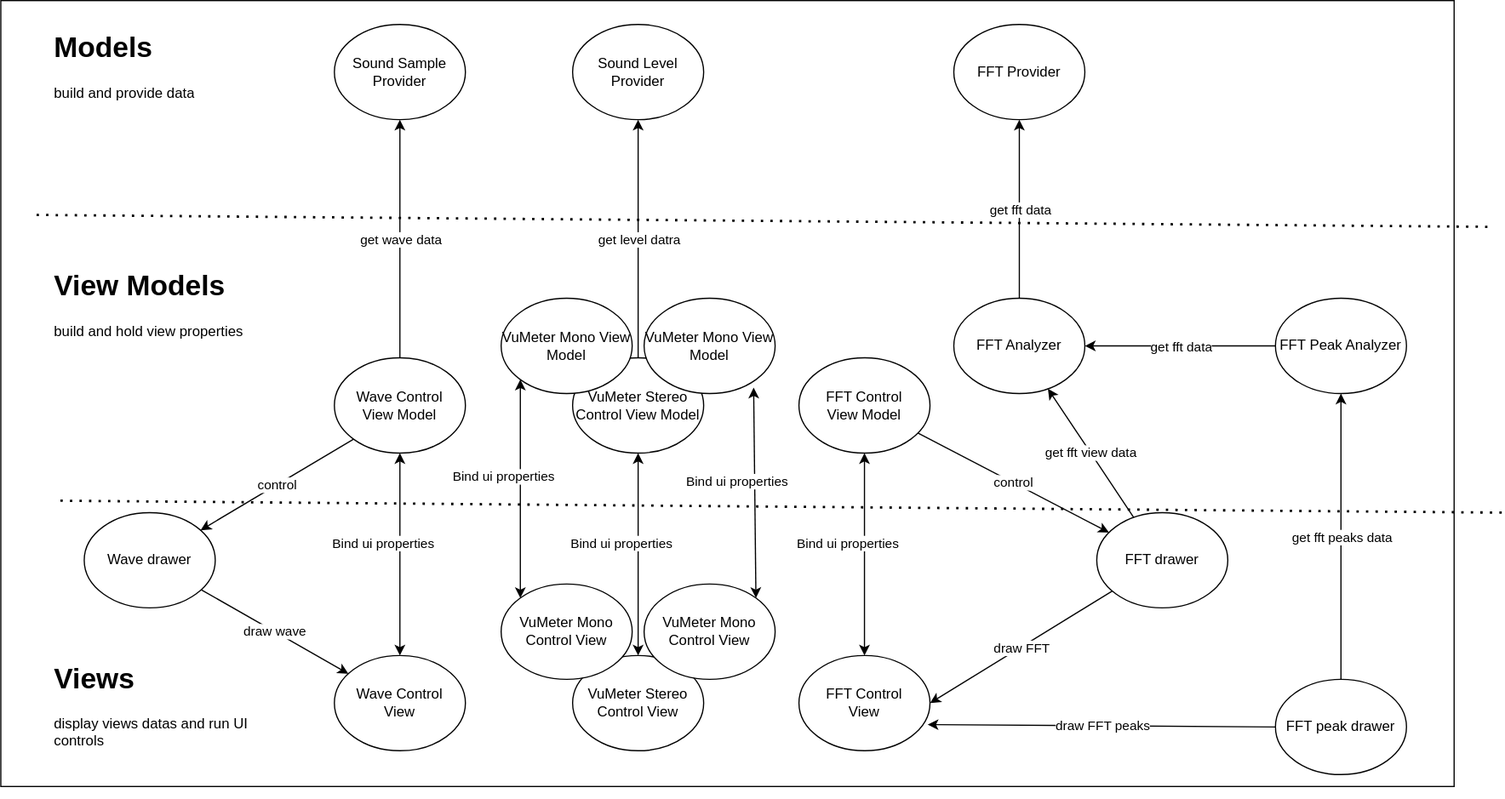
Earlier version of the draw.io export Doc/Untitled Diagram.drawio.svg (franck-gaspoz/WindowsAudioSessionSample). Source tidied: cells renumbered, new cells last; positions are measured from the earlier drawing's top-left corner, leaving out a move shared by most shapes.
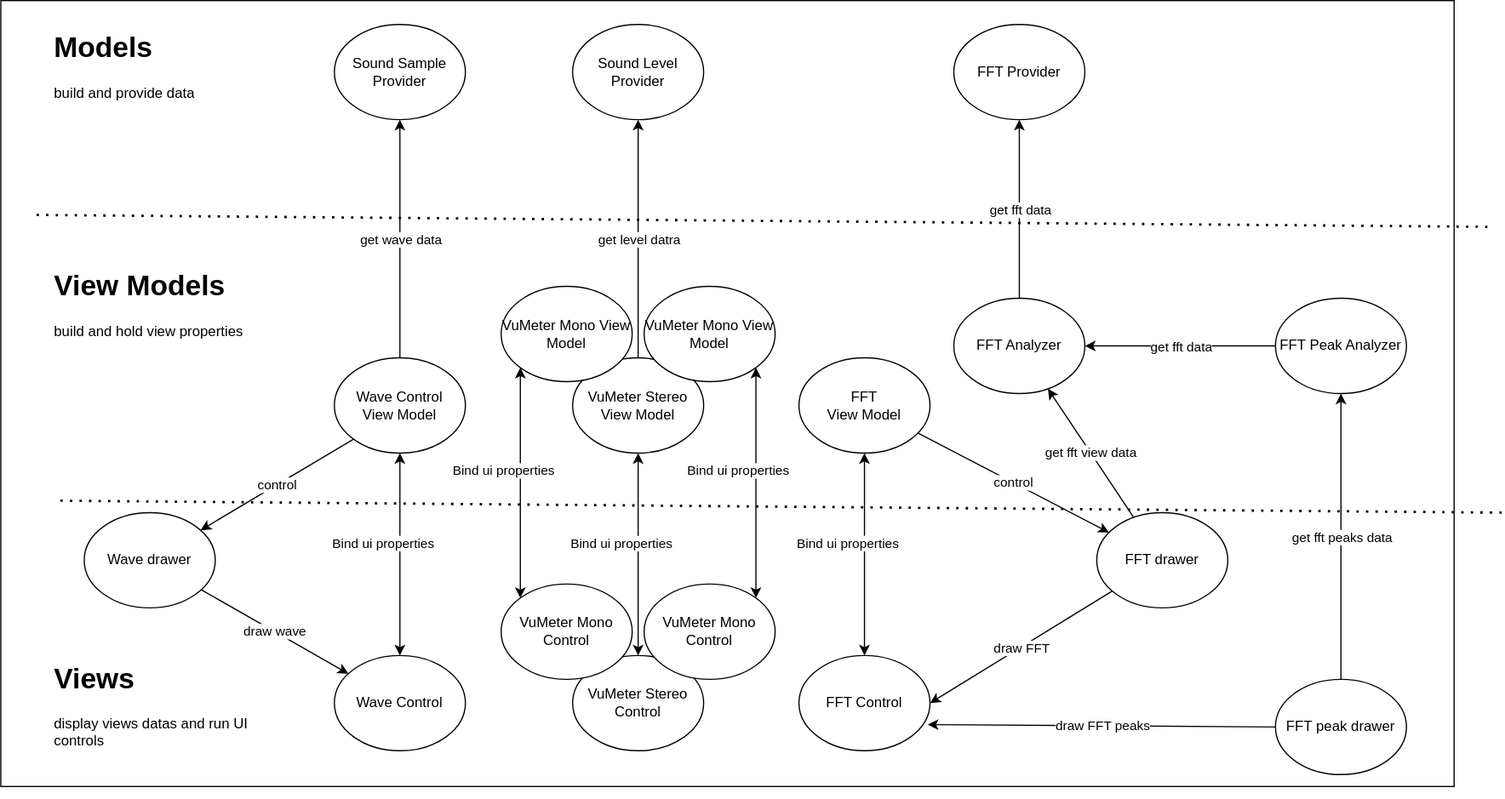
Above is the later version.

The edit, as a diff of the source:
```diff
@@ -11,7 +11,7 @@
     <mxCell id="4" value="FFT drawer" style="ellipse;whiteSpace=wrap;html=1;" parent="1" vertex="1">
       <mxGeometry x="920" y="430" width="110" height="80" as="geometry" />
     </mxCell>
-    <mxCell id="5" value="FFT Control &lt;br&gt;View Model" style="ellipse;whiteSpace=wrap;html=1;" parent="1" vertex="1">
+    <mxCell id="5" value="FFT&lt;br&gt;View Model" style="ellipse;whiteSpace=wrap;html=1;" parent="1" vertex="1">
       <mxGeometry x="670" y="300" width="110" height="80" as="geometry" />
     </mxCell>
     <mxCell id="6" style="endArrow=classic;html=1;rounded=0;" parent="1" edge="1" source="4" target="15">
@@ -20,7 +20,7 @@
     <mxCell id="7" value="get fft view data" style="edgeLabel;html=1;align=center;verticalAlign=middle;" parent="6" vertex="1">
       <mxGeometry relative="1" as="geometry" />
     </mxCell>
-    <mxCell id="8" value="FFT Control &lt;br&gt;View" style="ellipse;whiteSpace=wrap;html=1;" parent="1" vertex="1">
+    <mxCell id="8" value="FFT Control" style="ellipse;whiteSpace=wrap;html=1;" parent="1" vertex="1">
       <mxGeometry x="670" y="550" width="110" height="80" as="geometry" />
     </mxCell>
     <mxCell id="9" style="endArrow=classic;html=1;rounded=0;entryX=1;entryY=0.5;entryDx=0;entryDy=0;" parent="1" edge="1" source="4" target="8">
@@ -79,7 +79,7 @@
     <mxCell id="26" value="Wave Control &lt;br&gt;View Model" style="ellipse;whiteSpace=wrap;html=1;" parent="1" vertex="1">
       <mxGeometry x="280" y="300" width="110" height="80" as="geometry" />
     </mxCell>
-    <mxCell id="27" value="Wave Control &lt;br&gt;View" style="ellipse;whiteSpace=wrap;html=1;" parent="1" vertex="1">
+    <mxCell id="27" value="Wave Control" style="ellipse;whiteSpace=wrap;html=1;" parent="1" vertex="1">
       <mxGeometry x="280" y="550" width="110" height="80" as="geometry" />
     </mxCell>
     <mxCell id="28" value="Wave drawer" style="ellipse;whiteSpace=wrap;html=1;" parent="1" vertex="1">
@@ -114,7 +114,7 @@
     <mxCell id="37" value="Sound Level Provider" style="ellipse;whiteSpace=wrap;html=1;" parent="1" vertex="1">
       <mxGeometry x="480" y="20" width="110" height="80" as="geometry" />
     </mxCell>
-    <mxCell id="38" value="VuMeter Stereo Control View Model" style="ellipse;whiteSpace=wrap;html=1;" parent="1" vertex="1">
+    <mxCell id="38" value="VuMeter Stereo View Model" style="ellipse;whiteSpace=wrap;html=1;" parent="1" vertex="1">
       <mxGeometry x="480" y="300" width="110" height="80" as="geometry" />
     </mxCell>
     <mxCell id="39" style="endArrow=classic;html=1;rounded=0;" parent="1" edge="1" source="38">
@@ -125,7 +125,7 @@
     <mxCell id="40" value="get level datra" style="edgeLabel;html=1;align=center;verticalAlign=middle;" parent="39" vertex="1">
       <mxGeometry relative="1" as="geometry" />
     </mxCell>
-    <mxCell id="41" value="VuMeter Stereo Control View" style="ellipse;whiteSpace=wrap;html=1;" parent="1" vertex="1">
+    <mxCell id="41" value="VuMeter Stereo Control" style="ellipse;whiteSpace=wrap;html=1;" parent="1" vertex="1">
       <mxGeometry x="480" y="550" width="110" height="80" as="geometry" />
     </mxCell>
     <mxCell id="42" style="endArrow=classic;html=1;rounded=0;startArrow=classic;startFill=1;" parent="1" edge="1" source="41" target="38">
@@ -136,17 +136,17 @@
         <mxPoint x="-15" y="-10" as="offset" />
       </mxGeometry>
     </mxCell>
-    <mxCell id="44" value="VuMeter Mono Control View" style="ellipse;whiteSpace=wrap;html=1;" parent="1" vertex="1">
+    <mxCell id="44" value="VuMeter Mono Control" style="ellipse;whiteSpace=wrap;html=1;" parent="1" vertex="1">
       <mxGeometry x="420" y="490" width="110" height="80" as="geometry" />
     </mxCell>
-    <mxCell id="45" value="VuMeter Mono Control View" style="ellipse;whiteSpace=wrap;html=1;" parent="1" vertex="1">
+    <mxCell id="45" value="VuMeter Mono Control" style="ellipse;whiteSpace=wrap;html=1;" parent="1" vertex="1">
       <mxGeometry x="540" y="490" width="110" height="80" as="geometry" />
     </mxCell>
     <mxCell id="46" value="VuMeter Mono View Model" style="ellipse;whiteSpace=wrap;html=1;" parent="1" vertex="1">
-      <mxGeometry x="420" y="250" width="110" height="80" as="geometry" />
+      <mxGeometry x="420" y="240" width="110" height="80" as="geometry" />
     </mxCell>
     <mxCell id="47" value="VuMeter Mono View Model" style="ellipse;whiteSpace=wrap;html=1;" parent="1" vertex="1">
-      <mxGeometry x="540" y="250" width="110" height="80" as="geometry" />
+      <mxGeometry x="540" y="240" width="110" height="80" as="geometry" />
     </mxCell>
     <mxCell id="48" style="endArrow=none;dashed=1;html=1;dashPattern=1 3;strokeWidth=2;rounded=0;" parent="1" edge="1">
       <mxGeometry relative="1" as="geometry">
@@ -180,7 +180,7 @@
         <mxPoint x="-15" y="-10" as="offset" />
       </mxGeometry>
     </mxCell>
-    <mxCell id="56" style="endArrow=classic;html=1;rounded=0;startArrow=classic;startFill=1;entryX=0.836;entryY=0.938;entryDx=0;entryDy=0;exitX=1;exitY=0;exitDx=0;exitDy=0;entryPerimeter=0;" parent="1" edge="1" source="45" target="47">
+    <mxCell id="56" style="endArrow=classic;html=1;rounded=0;startArrow=classic;startFill=1;entryX=1;entryY=1;entryDx=0;entryDy=0;exitX=1;exitY=0;exitDx=0;exitDy=0;" parent="1" edge="1" source="45" target="47">
       <mxGeometry relative="1" as="geometry" />
     </mxCell>
     <mxCell id="57" value="Bind ui properties&lt;br&gt;" style="edgeLabel;html=1;align=center;verticalAlign=middle;" parent="56" vertex="1">
```
